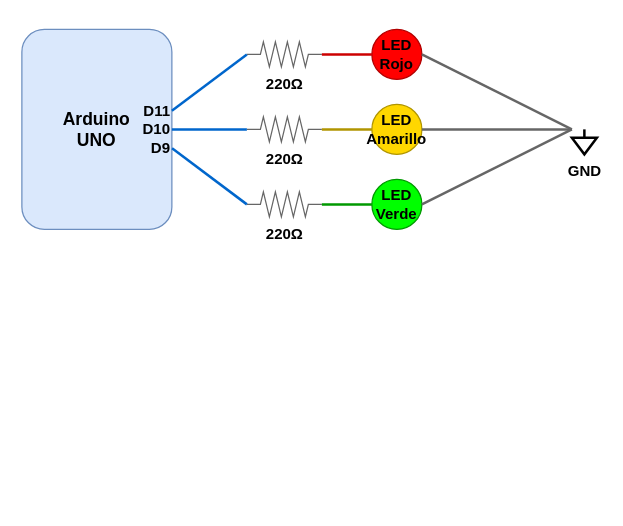
The draw.io diagram secuencia/diagram.drawio in tionerJack/semaforo_secuencia, before the edit. Source tidied: cells renumbered, new cells numbered last; positions are measured from the earlier drawing's top-left corner, leaving out a move shared by most shapes. Both pictures are drawn from the tidied source at 125%, with x=0, y=0 at pixel (21, 29).
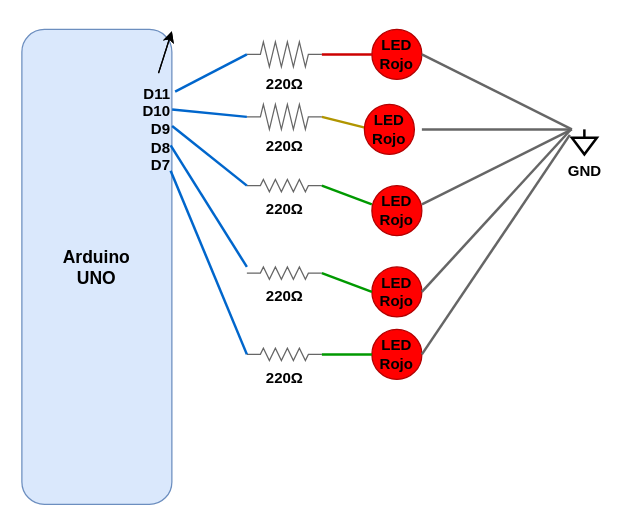
After the change.

The change refers to these unchanged cells:
```xml
<mxCell id="6" value="220Ω" style="verticalLabelPosition=bottom;shadow=0;dashed=0;align=center;html=1;verticalAlign=top;shape=mxgraph.electrical.resistors.resistor_2;fillColor=#f5f5f5;strokeColor=#666666;fontSize=12;fontStyle=1;fontColor=#000000;" parent="1" vertex="1">
  <mxGeometry x="180" y="10" width="60" height="20" as="geometry" />
</mxCell>
<mxCell id="18" value="GND" style="verticalLabelPosition=bottom;shadow=0;dashed=0;align=center;html=1;verticalAlign=top;shape=mxgraph.electrical.signal_sources.signal_ground;strokeWidth=2;fontSize=12;fontStyle=1;fontColor=#000000;" parent="1" vertex="1">
  <mxGeometry x="440" y="80" width="20" height="20" as="geometry" />
</mxCell>
```

The edit, as a diff of the source:
```diff
@@
     <mxCell id="2" value="Arduino&#10;UNO" style="rounded=1;whiteSpace=wrap;html=1;fillColor=#dae8fc;strokeColor=#6c8ebf;fontSize=14;fontStyle=1;fontColor=#000000;" parent="1" vertex="1">
-      <mxGeometry width="120" height="160" as="geometry" />
+      <mxGeometry width="120" height="380" as="geometry" />
     </mxCell>
@@
-    <mxCell id="4" value="LED Amarillo" style="ellipse;whiteSpace=wrap;html=1;fillColor=#FFD700;strokeColor=#B09500;fontColor=#000000;fontSize=12;fontStyle=1;" parent="1" vertex="1">
-      <mxGeometry x="280" y="60" width="40" height="40" as="geometry" />
-    </mxCell>
-    <mxCell id="5" value="LED Verde" style="ellipse;whiteSpace=wrap;html=1;fillColor=#00FF00;strokeColor=#009900;fontColor=#000000;fontSize=12;fontStyle=1;" parent="1" vertex="1">
-      <mxGeometry x="280" y="120" width="40" height="40" as="geometry" />
-    </mxCell>
@@
     <mxCell id="7" value="220Ω" style="verticalLabelPosition=bottom;shadow=0;dashed=0;align=center;html=1;verticalAlign=top;shape=mxgraph.electrical.resistors.resistor_2;fillColor=#f5f5f5;strokeColor=#666666;fontSize=12;fontStyle=1;fontColor=#000000;" parent="1" vertex="1">
-      <mxGeometry x="180" y="70" width="60" height="20" as="geometry" />
+      <mxGeometry x="180" y="60" width="60" height="20" as="geometry" />
     </mxCell>
     <mxCell id="8" value="220Ω" style="verticalLabelPosition=bottom;shadow=0;dashed=0;align=center;html=1;verticalAlign=top;shape=mxgraph.electrical.resistors.resistor_2;fillColor=#f5f5f5;strokeColor=#666666;fontSize=12;fontStyle=1;fontColor=#000000;" parent="1" vertex="1">
-      <mxGeometry x="180" y="130" width="60" height="20" as="geometry" />
+      <mxGeometry x="180" y="120" width="60" height="10" as="geometry" />
     </mxCell>
@@
-    <mxCell id="11" value="D11&#10;D10&#10;D9" style="text;html=1;align=right;verticalAlign=middle;points=[];fontSize=12;fontStyle=1;fontColor=#000000;" parent="1" vertex="1">
-      <mxGeometry x="80" y="50" width="40" height="60" as="geometry" />
+    <mxCell id="11" value="D11&lt;br&gt;D10&lt;br&gt;D9&lt;br&gt;D8&lt;br&gt;D7" style="text;html=1;align=right;verticalAlign=middle;points=[];fontSize=12;fontStyle=1;fontColor=#000000;" parent="1" vertex="1">
+      <mxGeometry x="70" y="35" width="50" height="90" as="geometry" />
     </mxCell>
-    <mxCell id="12" style="endArrow=none;html=1;rounded=0;entryX=0;entryY=0.5;entryDx=0;entryDy=0;strokeWidth=2;strokeColor=#0066CC;" parent="1" edge="1" source="11" target="6">
+    <mxCell id="12" style="endArrow=none;html=1;rounded=0;entryX=0;entryY=0.5;entryDx=0;entryDy=0;strokeWidth=2;strokeColor=#0066CC;exitX=1.052;exitY=0.165;exitDx=0;exitDy=0;exitPerimeter=0;" parent="1" edge="1" source="11" target="6">
       <mxGeometry relative="1" as="geometry" />
     </mxCell>
-    <mxCell id="13" style="endArrow=none;html=1;rounded=0;exitX=1;exitY=0.5;exitDx=0;exitDy=0;entryX=0;entryY=0.5;entryDx=0;entryDy=0;strokeWidth=2;strokeColor=#0066CC;" parent="1" edge="1" source="2" target="7">
+    <mxCell id="13" style="endArrow=none;html=1;rounded=0;exitX=1.004;exitY=0.324;exitDx=0;exitDy=0;entryX=0;entryY=0.5;entryDx=0;entryDy=0;strokeWidth=2;strokeColor=#0066CC;exitPerimeter=0;" parent="1" edge="1" source="11" target="7">
       <mxGeometry relative="1" as="geometry" />
     </mxCell>
-    <mxCell id="14" style="endArrow=none;html=1;rounded=0;exitX=1.004;exitY=0.753;exitDx=0;exitDy=0;entryX=0;entryY=0.5;entryDx=0;entryDy=0;strokeWidth=2;strokeColor=#0066CC;exitPerimeter=0;" parent="1" edge="1" source="11" target="8">
+    <mxCell id="14" style="endArrow=none;html=1;rounded=0;exitX=1.004;exitY=0.47;exitDx=0;exitDy=0;entryX=0;entryY=0.5;entryDx=0;entryDy=0;strokeWidth=2;strokeColor=#0066CC;exitPerimeter=0;" parent="1" edge="1" source="11" target="8">
       <mxGeometry relative="1" as="geometry" />
     </mxCell>
@@
-    <mxCell id="16" style="endArrow=none;html=1;rounded=0;exitX=1;exitY=0.5;exitDx=0;exitDy=0;entryX=0;entryY=0.5;entryDx=0;entryDy=0;strokeWidth=2;strokeColor=#B09500;" parent="1" edge="1" source="7" target="4">
-      <mxGeometry relative="1" as="geometry" />
+    <mxCell id="16" style="endArrow=none;html=1;rounded=0;exitX=1;exitY=0.5;exitDx=0;exitDy=0;entryX=0;entryY=0.5;entryDx=0;entryDy=0;strokeWidth=2;strokeColor=#B09500;" parent="1" edge="1" source="7">
+      <mxGeometry relative="1" as="geometry">
+        <mxPoint x="280" y="80" as="targetPoint" />
+      </mxGeometry>
     </mxCell>
-    <mxCell id="17" style="endArrow=none;html=1;rounded=0;exitX=1;exitY=0.5;exitDx=0;exitDy=0;entryX=0;entryY=0.5;entryDx=0;entryDy=0;strokeWidth=2;strokeColor=#009900;" parent="1" edge="1" source="8" target="5">
-      <mxGeometry relative="1" as="geometry" />
+    <mxCell id="17" style="endArrow=none;html=1;rounded=0;exitX=1;exitY=0.5;exitDx=0;exitDy=0;entryX=0;entryY=0.5;entryDx=0;entryDy=0;strokeWidth=2;strokeColor=#009900;" parent="1" edge="1" source="8">
+      <mxGeometry relative="1" as="geometry">
+        <mxPoint x="280" y="140" as="targetPoint" />
+      </mxGeometry>
     </mxCell>
@@
-    <mxCell id="20" style="endArrow=none;html=1;rounded=0;exitX=1;exitY=0.5;exitDx=0;exitDy=0;entryX=0;entryY=0;entryDx=0;entryDy=0;strokeWidth=2;strokeColor=#666666;" parent="1" edge="1" source="4" target="18">
-      <mxGeometry relative="1" as="geometry" />
+    <mxCell id="20" style="endArrow=none;html=1;rounded=0;exitX=1;exitY=0.5;exitDx=0;exitDy=0;entryX=0;entryY=0;entryDx=0;entryDy=0;strokeWidth=2;strokeColor=#666666;" parent="1" edge="1" target="18">
+      <mxGeometry relative="1" as="geometry">
+        <mxPoint x="320" y="80" as="sourcePoint" />
+      </mxGeometry>
     </mxCell>
-    <mxCell id="21" style="endArrow=none;html=1;rounded=0;exitX=1;exitY=0.5;exitDx=0;exitDy=0;entryX=0;entryY=0;entryDx=0;entryDy=0;strokeWidth=2;strokeColor=#666666;" parent="1" edge="1" source="5" target="18">
-      <mxGeometry relative="1" as="geometry" />
+    <mxCell id="21" style="endArrow=none;html=1;rounded=0;exitX=1;exitY=0.5;exitDx=0;exitDy=0;entryX=0;entryY=0;entryDx=0;entryDy=0;strokeWidth=2;strokeColor=#666666;" parent="1" edge="1" target="18">
+      <mxGeometry relative="1" as="geometry">
+        <mxPoint x="320" y="140" as="sourcePoint" />
+      </mxGeometry>
     </mxCell>
+    <mxCell id="22" value="LED Rojo" style="ellipse;whiteSpace=wrap;html=1;fillColor=#FF0000;strokeColor=#B20000;fontColor=#000000;fontSize=12;fontStyle=1;" parent="1" vertex="1">
+      <mxGeometry x="280" y="190" width="40" height="40" as="geometry" />
+    </mxCell>
+    <mxCell id="23" value="LED Rojo" style="ellipse;whiteSpace=wrap;html=1;fillColor=#FF0000;strokeColor=#B20000;fontColor=#000000;fontSize=12;fontStyle=1;" parent="1" vertex="1">
+      <mxGeometry x="274" y="60" width="40" height="40" as="geometry" />
+    </mxCell>
+    <mxCell id="24" value="LED Rojo" style="ellipse;whiteSpace=wrap;html=1;fillColor=#FF0000;strokeColor=#B20000;fontColor=#000000;fontSize=12;fontStyle=1;" parent="1" vertex="1">
+      <mxGeometry x="280" y="125" width="40" height="40" as="geometry" />
+    </mxCell>
+    <mxCell id="25" value="LED Rojo" style="ellipse;whiteSpace=wrap;html=1;fillColor=#FF0000;strokeColor=#B20000;fontColor=#000000;fontSize=12;fontStyle=1;" parent="1" vertex="1">
+      <mxGeometry x="280" y="240" width="40" height="40" as="geometry" />
+    </mxCell>
+    <mxCell id="26" value="220Ω" style="verticalLabelPosition=bottom;shadow=0;dashed=0;align=center;html=1;verticalAlign=top;shape=mxgraph.electrical.resistors.resistor_2;fillColor=#f5f5f5;strokeColor=#666666;fontSize=12;fontStyle=1;fontColor=#000000;" parent="1" vertex="1">
+      <mxGeometry x="180" y="190" width="60" height="10" as="geometry" />
+    </mxCell>
+    <mxCell id="27" value="220Ω" style="verticalLabelPosition=bottom;shadow=0;dashed=0;align=center;html=1;verticalAlign=top;shape=mxgraph.electrical.resistors.resistor_2;fillColor=#f5f5f5;strokeColor=#666666;fontSize=12;fontStyle=1;fontColor=#000000;" parent="1" vertex="1">
+      <mxGeometry x="180" y="255" width="60" height="10" as="geometry" />
+    </mxCell>
+    <mxCell id="28" style="endArrow=none;html=1;rounded=0;exitX=1;exitY=0.5;exitDx=0;exitDy=0;entryX=0;entryY=0.5;entryDx=0;entryDy=0;strokeWidth=2;strokeColor=#009900;exitPerimeter=0;" parent="1" edge="1" source="26" target="22">
+      <mxGeometry relative="1" as="geometry" />
+    </mxCell>
+    <mxCell id="29" style="endArrow=none;html=1;rounded=0;exitX=1;exitY=0.5;exitDx=0;exitDy=0;entryX=0;entryY=0.5;entryDx=0;entryDy=0;strokeWidth=2;strokeColor=#009900;exitPerimeter=0;" parent="1" edge="1" source="27" target="25">
+      <mxGeometry relative="1" as="geometry" />
+    </mxCell>
+    <mxCell id="30" style="endArrow=none;html=1;rounded=0;exitX=1;exitY=0.5;exitDx=0;exitDy=0;entryX=-0.021;entryY=-0.016;entryDx=0;entryDy=0;strokeWidth=2;strokeColor=#666666;entryPerimeter=0;" parent="1" edge="1" source="22" target="18">
+      <mxGeometry relative="1" as="geometry" />
+    </mxCell>
+    <mxCell id="31" style="endArrow=none;html=1;rounded=0;exitX=1;exitY=0.5;exitDx=0;exitDy=0;strokeWidth=2;strokeColor=#666666;entryX=-0.081;entryY=0.222;entryDx=0;entryDy=0;entryPerimeter=0;" parent="1" edge="1" source="25" target="18">
+      <mxGeometry relative="1" as="geometry" />
+    </mxCell>
+    <mxCell id="32" style="endArrow=none;html=1;rounded=0;exitX=0.98;exitY=0.642;exitDx=0;exitDy=0;entryX=0;entryY=0;entryDx=0;entryDy=0;strokeWidth=2;strokeColor=#0066CC;exitPerimeter=0;entryPerimeter=0;" parent="1" edge="1" source="11" target="26">
+      <mxGeometry relative="1" as="geometry" />
+    </mxCell>
+    <mxCell id="33" style="endArrow=none;html=1;rounded=0;exitX=0.98;exitY=0.867;exitDx=0;exitDy=0;entryX=0;entryY=0.5;entryDx=0;entryDy=0;strokeWidth=2;strokeColor=#0066CC;exitPerimeter=0;entryPerimeter=0;" parent="1" edge="1" source="11" target="27">
+      <mxGeometry relative="1" as="geometry" />
+    </mxCell>
```
